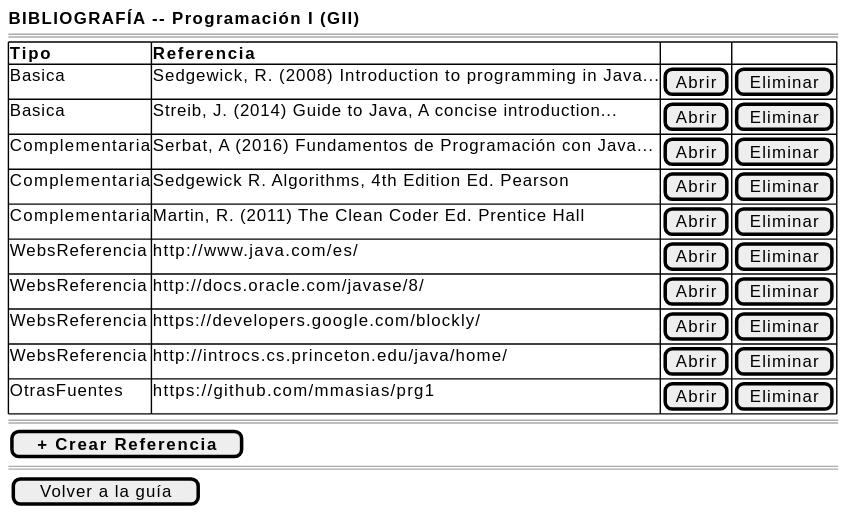
Earlier version of the PlantUML export images/RUP/01-requisitos/03-detalle-casos-uso/abrirReferenciasBibliograficas/wireframe.svg (mmasias/pyCeldaPublico). The source it was exported from:
```plantuml
@startsalt abrirReferenciasBibliograficas-wireframe
{
    <b>BIBLIOGRAFÍA -- Programación I (GII)</b>
    ====
    {#
        <b>Tipo | <b>Referencia | . | .
        Basica | Sedgewick, R. (2008) Introduction to programming in Java... | [Abrir] | [Eliminar]
        Basica | Streib, J. (2014) Guide to Java, A concise introduction... | [Abrir] | [Eliminar]
        Complementaria | Serbat, A (2016) Fundamentos de Programación con Java... | [Abrir] | [Eliminar]
        Complementaria | Sedgewick R. Algorithms, 4th Edition Ed. Pearson | [Abrir] | [Eliminar]
        Complementaria | Martin, R. (2011) The Clean Coder Ed. Prentice Hall | [Abrir] | [Eliminar]
        WebsReferencia | http://www.java.com/es/ | [Abrir] | [Eliminar]
        WebsReferencia | http://docs.oracle.com/javase/8/ | [Abrir] | [Eliminar]
        WebsReferencia | https://developers.google.com/blockly/ | [Abrir] | [Eliminar]
        WebsReferencia | http://introcs.cs.princeton.edu/java/home/ | [Abrir] | [Eliminar]
        OtrasFuentes | https://github.com/mmasias/prg1 | [Abrir] | [Eliminar]
    }
    ====
    [ <b>+ Crear Referencia</b> ]
    ====
    {[Volver a la guía]}
}
@endsalt
```
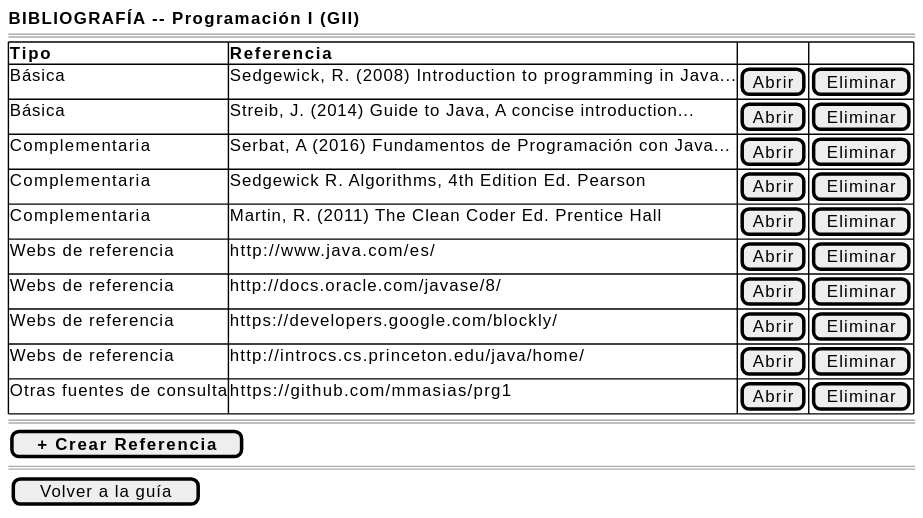
After the commit.

What changed in the source:
```diff
@@ -4,16 +4,16 @@
     ====
     {#
         <b>Tipo | <b>Referencia | . | .
-        Basica | Sedgewick, R. (2008) Introduction to programming in Java... | [Abrir] | [Eliminar]
-        Basica | Streib, J. (2014) Guide to Java, A concise introduction... | [Abrir] | [Eliminar]
+        Básica | Sedgewick, R. (2008) Introduction to programming in Java... | [Abrir] | [Eliminar]
+        Básica | Streib, J. (2014) Guide to Java, A concise introduction... | [Abrir] | [Eliminar]
         Complementaria | Serbat, A (2016) Fundamentos de Programación con Java... | [Abrir] | [Eliminar]
         Complementaria | Sedgewick R. Algorithms, 4th Edition Ed. Pearson | [Abrir] | [Eliminar]
         Complementaria | Martin, R. (2011) The Clean Coder Ed. Prentice Hall | [Abrir] | [Eliminar]
-        WebsReferencia | http://www.java.com/es/ | [Abrir] | [Eliminar]
-        WebsReferencia | http://docs.oracle.com/javase/8/ | [Abrir] | [Eliminar]
-        WebsReferencia | https://developers.google.com/blockly/ | [Abrir] | [Eliminar]
-        WebsReferencia | http://introcs.cs.princeton.edu/java/home/ | [Abrir] | [Eliminar]
-        OtrasFuentes | https://github.com/mmasias/prg1 | [Abrir] | [Eliminar]
+        Webs de referencia | http://www.java.com/es/ | [Abrir] | [Eliminar]
+        Webs de referencia | http://docs.oracle.com/javase/8/ | [Abrir] | [Eliminar]
+        Webs de referencia | https://developers.google.com/blockly/ | [Abrir] | [Eliminar]
+        Webs de referencia | http://introcs.cs.princeton.edu/java/home/ | [Abrir] | [Eliminar]
+        Otras fuentes de consulta | https://github.com/mmasias/prg1 | [Abrir] | [Eliminar]
     }
     ====
     [ <b>+ Crear Referencia</b> ]
```
